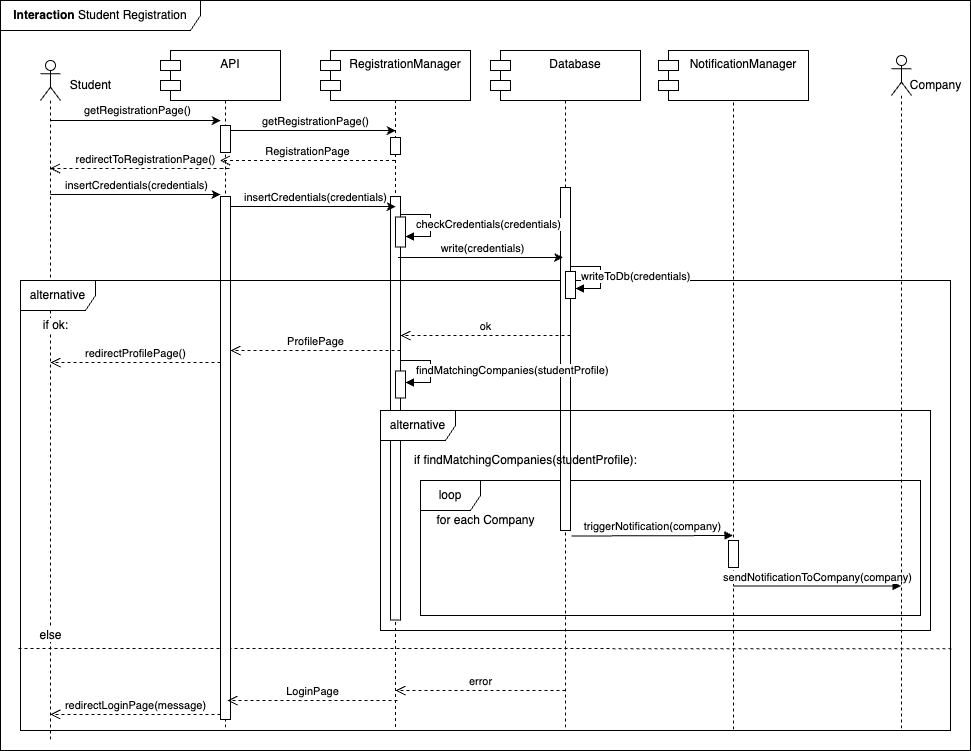
Above: DD/Images/Interactions/INT04_StudentRegistration.drawio.png in edogriba/GribaldoRosa (draw.io), before the change. Source tidied: cells renumbered, new cells last; positions are measured from the earlier drawing's top-left corner, leaving out a move shared by most shapes.
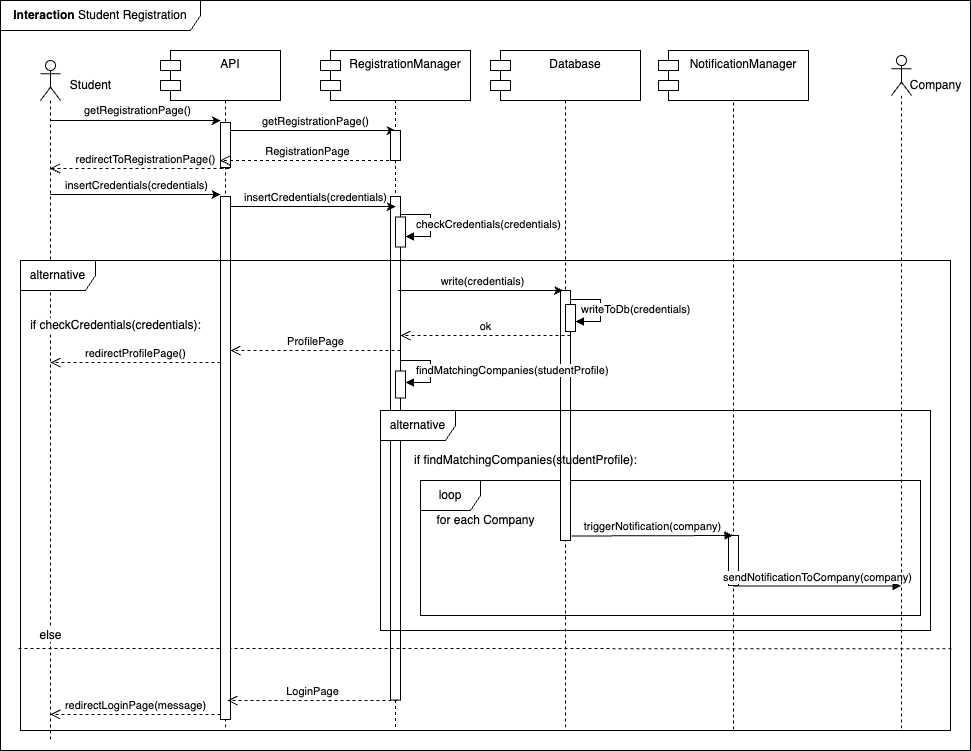
After the change.

Diff of the diagram source:
```diff
@@ -6,7 +6,7 @@
       <mxGeometry x="345" y="59.5" width="100" height="670.5" as="geometry" />
     </mxCell>
     <mxCell id="3" style="html=1;perimeter=orthogonalPerimeter;targetShapes=umlLifeline;newEdgeStyle={&quot;curved&quot;:0,&quot;rounded&quot;:0};" parent="2" vertex="1">
-      <mxGeometry x="45" y="136.5" width="10" height="423.5" as="geometry" />
+      <mxGeometry x="45" y="136.5" width="10" height="503.5" as="geometry" />
     </mxCell>
     <mxCell id="4" style="html=1;perimeter=orthogonalPerimeter;targetShapes=umlLifeline;newEdgeStyle={&quot;curved&quot;:0,&quot;rounded&quot;:0};" parent="2" vertex="1">
       <mxGeometry x="50" y="157" width="10" height="30" as="geometry" />
@@ -38,7 +38,7 @@
       <mxGeometry x="175" y="60" width="100" height="670" as="geometry" />
     </mxCell>
     <mxCell id="10" style="html=1;perimeter=orthogonalPerimeter;targetShapes=umlLifeline;newEdgeStyle={&quot;curved&quot;:0,&quot;rounded&quot;:0};" parent="9" vertex="1">
-      <mxGeometry x="45" y="65" width="10" height="27" as="geometry" />
+      <mxGeometry x="45" y="62" width="10" height="45" as="geometry" />
     </mxCell>
     <mxCell id="11" style="html=1;perimeter=orthogonalPerimeter;targetShapes=umlLifeline;newEdgeStyle={&quot;curved&quot;:0,&quot;rounded&quot;:0};" parent="9" vertex="1">
       <mxGeometry x="45" y="136" width="10" height="523" as="geometry" />
@@ -70,10 +70,10 @@
       </mxGeometry>
     </mxCell>
     <mxCell id="17" value="alternative" style="shape=umlFrame;whiteSpace=wrap;html=1;width=75;height=30;" parent="1" vertex="1">
-      <mxGeometry x="20" y="280" width="930" height="450" as="geometry" />
+      <mxGeometry x="20" y="260" width="930" height="470" as="geometry" />
     </mxCell>
-    <mxCell id="18" value="if ok:" style="text;html=1;align=center;verticalAlign=middle;strokeColor=none;fillColor=none;labelBackgroundColor=default;" parent="1" vertex="1">
-      <mxGeometry x="30" y="309.5" width="50" height="30" as="geometry" />
+    <mxCell id="18" value="if checkCredentials(credentials):" style="text;html=1;align=center;verticalAlign=middle;strokeColor=none;fillColor=none;labelBackgroundColor=default;" parent="1" vertex="1">
+      <mxGeometry x="20" y="309.5" width="190" height="30" as="geometry" />
     </mxCell>
     <mxCell id="19" value="&lt;span style=&quot;background-color: rgb(255, 255, 255);&quot;&gt;else&lt;/span&gt;" style="text;html=1;align=center;verticalAlign=middle;strokeColor=none;fillColor=none;" parent="1" vertex="1">
       <mxGeometry x="25" y="620" width="50" height="30" as="geometry" />
@@ -92,7 +92,7 @@
       <mxGeometry x="723" y="50" width="20" height="680" as="geometry" />
     </mxCell>
     <mxCell id="22" style="html=1;perimeter=orthogonalPerimeter;targetShapes=umlLifeline;newEdgeStyle={&quot;curved&quot;:0,&quot;rounded&quot;:0};" parent="21" vertex="1">
-      <mxGeometry x="5" y="490" width="10" height="27" as="geometry" />
+      <mxGeometry x="5" y="485" width="10" height="50" as="geometry" />
     </mxCell>
     <mxCell id="23" value="Company" style="text;html=1;align=center;verticalAlign=middle;strokeColor=none;fillColor=none;" parent="1" vertex="1">
       <mxGeometry x="740" y="60" width="70" height="30" as="geometry" />
@@ -134,19 +134,19 @@
       <mxGeometry x="515" y="60" width="100" height="670" as="geometry" />
     </mxCell>
     <mxCell id="32" style="html=1;perimeter=orthogonalPerimeter;targetShapes=umlLifeline;newEdgeStyle={&quot;curved&quot;:0,&quot;rounded&quot;:0};" parent="31" vertex="1">
-      <mxGeometry x="45" y="127" width="10" height="343" as="geometry" />
+      <mxGeometry x="45" y="230" width="10" height="250" as="geometry" />
     </mxCell>
     <mxCell id="33" style="html=1;perimeter=orthogonalPerimeter;targetShapes=umlLifeline;newEdgeStyle={&quot;curved&quot;:0,&quot;rounded&quot;:0};" parent="31" vertex="1">
-      <mxGeometry x="50" y="211" width="10" height="27" as="geometry" />
+      <mxGeometry x="50" y="244" width="10" height="27" as="geometry" />
     </mxCell>
     <mxCell id="34" value="writeToDb(credentials)" style="html=1;align=left;spacingLeft=2;endArrow=block;rounded=0;edgeStyle=orthogonalEdgeStyle;curved=0;rounded=0;" parent="31" edge="1">
       <mxGeometry x="-0.66" y="-10" relative="1" as="geometry">
-        <mxPoint x="55" y="198" as="sourcePoint" />
-        <mxPoint x="60" y="228" as="targetPoint" />
+        <mxPoint x="55" y="231" as="sourcePoint" />
+        <mxPoint x="60" y="261" as="targetPoint" />
         <Array as="points">
-          <mxPoint x="55" y="206" />
-          <mxPoint x="85" y="206" />
-          <mxPoint x="85" y="228" />
+          <mxPoint x="55" y="239" />
+          <mxPoint x="85" y="239" />
+          <mxPoint x="85" y="261" />
         </Array>
       </mxGeometry>
     </mxCell>
@@ -166,8 +166,8 @@
     </mxCell>
     <mxCell id="38" style="edgeStyle=orthogonalEdgeStyle;rounded=0;orthogonalLoop=1;jettySize=auto;html=1;curved=0;" parent="1" edge="1">
       <mxGeometry relative="1" as="geometry">
-        <mxPoint x="397.4" y="257" as="sourcePoint" />
-        <mxPoint x="562.6" y="257" as="targetPoint" />
+        <mxPoint x="397.4" y="290" as="sourcePoint" />
+        <mxPoint x="562.6" y="290" as="targetPoint" />
       </mxGeometry>
     </mxCell>
     <mxCell id="39" value="write(credentials)" style="edgeLabel;html=1;align=center;verticalAlign=middle;" parent="38" vertex="1">
@@ -241,16 +241,6 @@
         </Array>
       </mxGeometry>
     </mxCell>
-    <mxCell id="50" value="error" style="html=1;verticalAlign=bottom;endArrow=open;dashed=1;endSize=8;curved=0;rounded=0;" parent="1" edge="1">
-      <mxGeometry relative="1" as="geometry">
-        <mxPoint x="565" y="690" as="sourcePoint" />
-        <mxPoint x="395" y="690" as="targetPoint" />
-        <Array as="points">
-          <mxPoint x="565" y="690" />
-          <mxPoint x="515" y="690" />
-        </Array>
-      </mxGeometry>
-    </mxCell>
     <mxCell id="51" value="LoginPage" style="html=1;verticalAlign=bottom;endArrow=open;dashed=1;endSize=8;curved=0;rounded=0;" parent="1" edge="1">
       <mxGeometry relative="1" as="geometry">
         <mxPoint x="397" y="700" as="sourcePoint" />
@@ -273,7 +263,7 @@
       </mxGeometry>
     </mxCell>
     <mxCell id="54" style="html=1;perimeter=orthogonalPerimeter;targetShapes=umlLifeline;newEdgeStyle={&quot;curved&quot;:0,&quot;rounded&quot;:0};" parent="1" vertex="1">
-      <mxGeometry x="390" y="137" width="10" height="17" as="geometry" />
+      <mxGeometry x="390" y="130" width="10" height="30" as="geometry" />
     </mxCell>
     <mxCell id="55" value="RegistrationPage" style="html=1;verticalAlign=bottom;endArrow=open;dashed=1;endSize=8;curved=0;rounded=0;" parent="1" edge="1" source="2">
       <mxGeometry relative="1" as="geometry">
```
